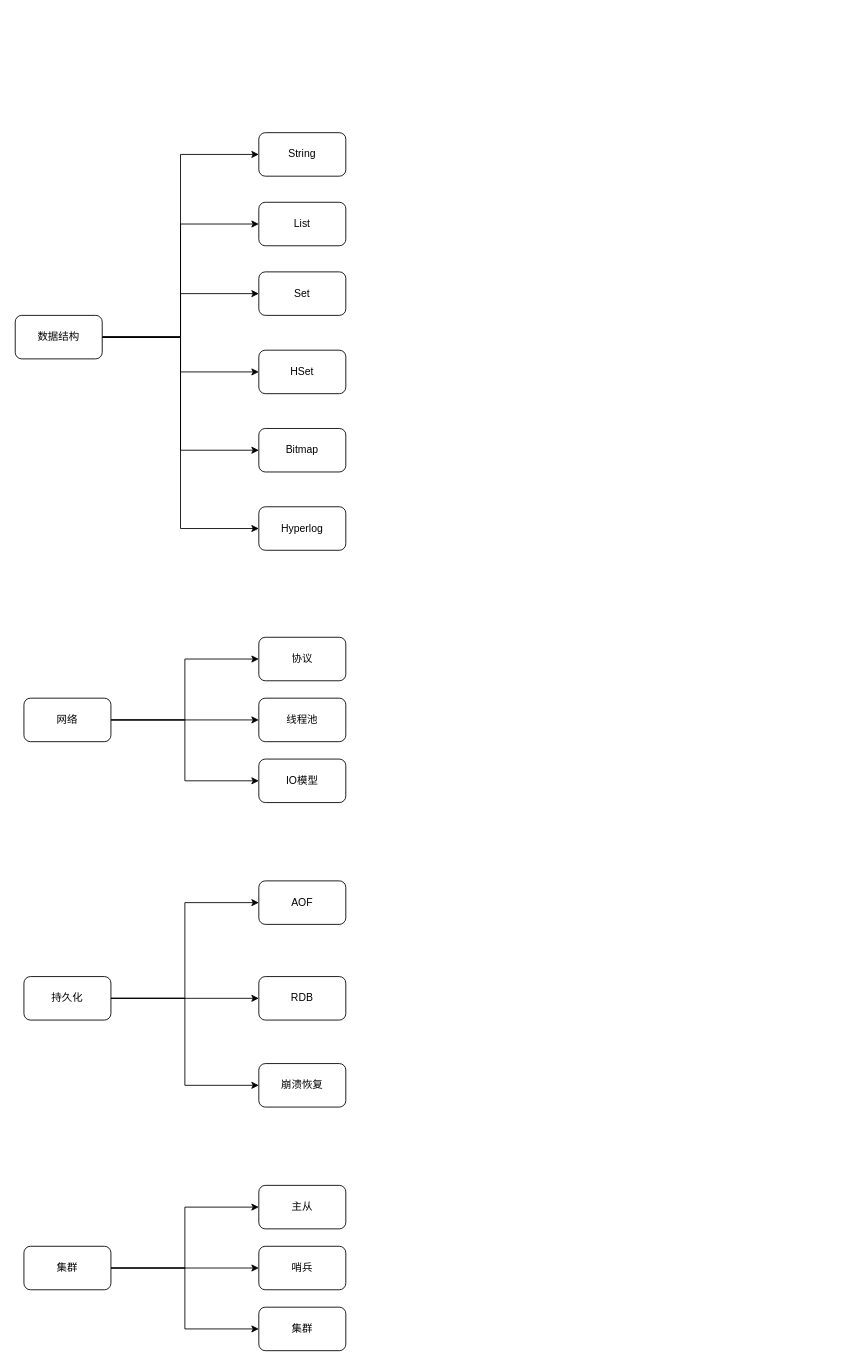
Before: page "redis" (4 of 7) of blog.drawio in lovercode/drawio, a draw.io diagram. Source tidied: cells renumbered, new cells numbered last; positions are measured from the earlier drawing's top-left corner, leaving out a move shared by most shapes. Both pictures are drawn from the tidied source at 87%, with x=0, y=0 at pixel (15, 132).
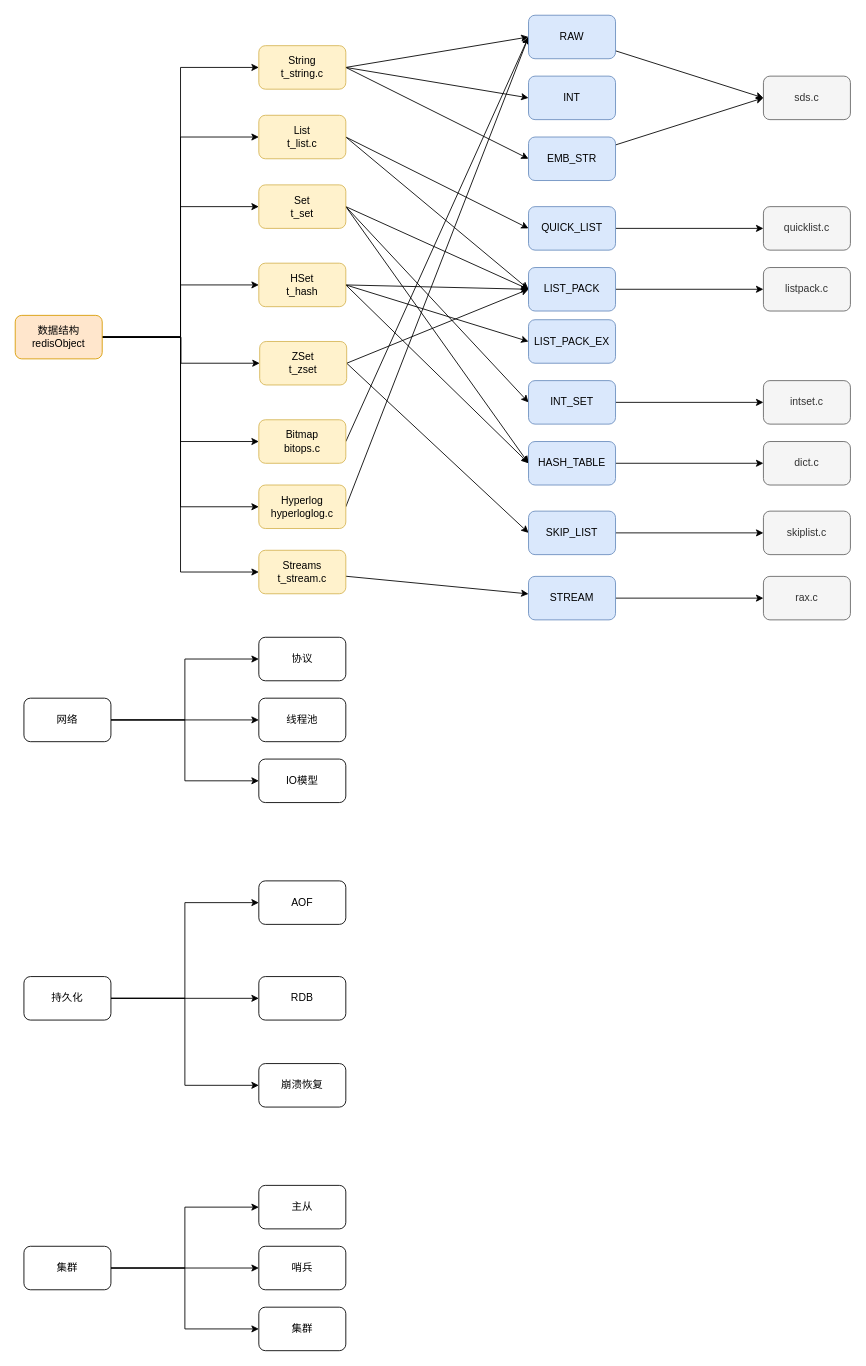
After the change.

Change to the diagram source:
```diff
@@
-    <mxCell id="5" style="edgeStyle=orthogonalEdgeStyle;rounded=0;jettySize=auto;html=1;" parent="1" edge="1" source="8" target="12">
-      <mxGeometry relative="1" as="geometry" />
-    </mxCell>
@@
+    <mxCell id="36" style="edgeStyle=orthogonalEdgeStyle;rounded=0;jettySize=auto;html=1;entryX=0;entryY=0.5;entryDx=0;entryDy=0;" parent="1" edge="1" source="8" target="53">
+      <mxGeometry relative="1" as="geometry" />
+    </mxCell>
+    <mxCell id="37" style="edgeStyle=orthogonalEdgeStyle;rounded=0;jettySize=auto;html=1;entryX=0;entryY=0.5;entryDx=0;entryDy=0;" parent="1" edge="1" source="8" target="55">
+      <mxGeometry relative="1" as="geometry" />
+    </mxCell>
+    <mxCell id="5" style="edgeStyle=orthogonalEdgeStyle;rounded=0;jettySize=auto;html=1;entryX=0;entryY=0.5;entryDx=0;entryDy=0;" parent="1" edge="1" source="8" target="12">
+      <mxGeometry relative="1" as="geometry" />
+    </mxCell>
-    <mxCell id="8" value="数据结构" style="rounded=1;whiteSpace=wrap;html=1;" parent="1" vertex="1">
+    <mxCell id="8" value="数据结构&lt;div&gt;redisObject&lt;/div&gt;" style="rounded=1;whiteSpace=wrap;html=1;fillColor=#ffe6cc;strokeColor=#d79b00;" parent="1" vertex="1">
       <mxGeometry y="210" width="100" height="50" as="geometry" />
     </mxCell>
+    <mxCell id="38" style="rounded=0;jettySize=auto;html=1;entryX=0;entryY=0.5;entryDx=0;entryDy=0;exitX=1;exitY=0.5;exitDx=0;exitDy=0;" parent="1" edge="1" source="9" target="57">
+      <mxGeometry relative="1" as="geometry" />
+    </mxCell>
+    <mxCell id="39" style="rounded=0;jettySize=auto;html=1;entryX=0;entryY=0.5;entryDx=0;entryDy=0;exitX=1;exitY=0.5;exitDx=0;exitDy=0;" parent="1" edge="1" source="9" target="58">
+      <mxGeometry relative="1" as="geometry" />
+    </mxCell>
+    <mxCell id="40" style="rounded=0;jettySize=auto;html=1;entryX=0;entryY=0.5;entryDx=0;entryDy=0;exitX=1;exitY=0.5;exitDx=0;exitDy=0;" parent="1" edge="1" source="9" target="60">
+      <mxGeometry relative="1" as="geometry" />
+    </mxCell>
-    <mxCell id="9" value="String" style="rounded=1;whiteSpace=wrap;html=1;" parent="1" vertex="1">
-      <mxGeometry x="280" width="100" height="50" as="geometry" />
+    <mxCell id="9" value="String&lt;div&gt;t_string.c&lt;/div&gt;" style="rounded=1;whiteSpace=wrap;html=1;fillColor=#fff2cc;strokeColor=#d6b656;" parent="1" vertex="1">
+      <mxGeometry x="280" y="-100" width="100" height="50" as="geometry" />
     </mxCell>
+    <mxCell id="41" style="rounded=0;jettySize=auto;html=1;entryX=0;entryY=0.5;entryDx=0;entryDy=0;exitX=1;exitY=0.5;exitDx=0;exitDy=0;" parent="1" edge="1" source="10" target="62">
+      <mxGeometry relative="1" as="geometry" />
+    </mxCell>
+    <mxCell id="42" style="rounded=0;jettySize=auto;html=1;entryX=0;entryY=0.5;entryDx=0;entryDy=0;exitX=1;exitY=0.5;exitDx=0;exitDy=0;" parent="1" edge="1" source="10" target="64">
+      <mxGeometry relative="1" as="geometry" />
+    </mxCell>
-    <mxCell id="10" value="List" style="rounded=1;whiteSpace=wrap;html=1;" parent="1" vertex="1">
-      <mxGeometry x="280" y="80" width="100" height="50" as="geometry" />
+    <mxCell id="10" value="List&lt;div&gt;t_list.c&lt;/div&gt;" style="rounded=1;whiteSpace=wrap;html=1;fillColor=#fff2cc;strokeColor=#d6b656;" parent="1" vertex="1">
+      <mxGeometry x="280" y="-20" width="100" height="50" as="geometry" />
     </mxCell>
+    <mxCell id="43" style="rounded=0;jettySize=auto;html=1;exitX=1;exitY=0.5;exitDx=0;exitDy=0;entryX=0;entryY=0.5;entryDx=0;entryDy=0;" parent="1" edge="1" source="11" target="66">
+      <mxGeometry relative="1" as="geometry" />
+    </mxCell>
+    <mxCell id="44" style="rounded=0;jettySize=auto;html=1;entryX=0;entryY=0.5;entryDx=0;entryDy=0;exitX=1;exitY=0.5;exitDx=0;exitDy=0;" parent="1" edge="1" source="11" target="68">
+      <mxGeometry relative="1" as="geometry" />
+    </mxCell>
+    <mxCell id="45" style="rounded=0;jettySize=auto;html=1;entryX=0;entryY=0.5;entryDx=0;entryDy=0;exitX=1;exitY=0.5;exitDx=0;exitDy=0;" parent="1" edge="1" source="11" target="64">
+      <mxGeometry relative="1" as="geometry" />
+    </mxCell>
-    <mxCell id="11" value="Set" style="rounded=1;whiteSpace=wrap;html=1;" parent="1" vertex="1">
-      <mxGeometry x="280" y="160" width="100" height="50" as="geometry" />
+    <mxCell id="11" value="Set&lt;div&gt;t_set&lt;/div&gt;" style="rounded=1;whiteSpace=wrap;html=1;fillColor=#fff2cc;strokeColor=#d6b656;" parent="1" vertex="1">
+      <mxGeometry x="280" y="60" width="100" height="50" as="geometry" />
     </mxCell>
+    <mxCell id="46" style="rounded=0;jettySize=auto;html=1;exitX=1;exitY=0.5;exitDx=0;exitDy=0;entryX=0;entryY=0.5;entryDx=0;entryDy=0;" parent="1" edge="1" source="12" target="64">
+      <mxGeometry relative="1" as="geometry" />
+    </mxCell>
+    <mxCell id="47" style="rounded=0;jettySize=auto;html=1;entryX=0;entryY=0.5;entryDx=0;entryDy=0;exitX=1;exitY=0.5;exitDx=0;exitDy=0;" parent="1" edge="1" source="12" target="69">
+      <mxGeometry relative="1" as="geometry" />
+    </mxCell>
+    <mxCell id="48" style="rounded=0;jettySize=auto;html=1;entryX=0;entryY=0.5;entryDx=0;entryDy=0;exitX=1;exitY=0.5;exitDx=0;exitDy=0;" parent="1" edge="1" source="12" target="68">
+      <mxGeometry relative="1" as="geometry" />
+    </mxCell>
-    <mxCell id="12" value="HSet" style="rounded=1;whiteSpace=wrap;html=1;" parent="1" vertex="1">
-      <mxGeometry x="280" y="250" width="100" height="50" as="geometry" />
+    <mxCell id="12" value="HSet&lt;div&gt;t_hash&lt;/div&gt;" style="rounded=1;whiteSpace=wrap;html=1;fillColor=#fff2cc;strokeColor=#d6b656;" parent="1" vertex="1">
+      <mxGeometry x="280" y="150" width="100" height="50" as="geometry" />
     </mxCell>
+    <mxCell id="49" style="rounded=0;jettySize=auto;html=1;entryX=0;entryY=0.5;entryDx=0;entryDy=0;exitX=1;exitY=0.5;exitDx=0;exitDy=0;" parent="1" edge="1" source="13" target="71">
+      <mxGeometry relative="1" as="geometry" />
+    </mxCell>
+    <mxCell id="50" style="rounded=0;jettySize=auto;html=1;entryX=0;entryY=0.5;entryDx=0;entryDy=0;exitX=1;exitY=0.5;exitDx=0;exitDy=0;" parent="1" edge="1" source="13" target="64">
+      <mxGeometry relative="1" as="geometry" />
+    </mxCell>
-    <mxCell id="13" value="Bitmap" style="rounded=1;whiteSpace=wrap;html=1;" parent="1" vertex="1">
-      <mxGeometry x="280" y="340" width="100" height="50" as="geometry" />
+    <mxCell id="13" value="ZSet&lt;div&gt;t_zset&lt;/div&gt;" style="rounded=1;whiteSpace=wrap;html=1;fillColor=#fff2cc;strokeColor=#d6b656;" parent="1" vertex="1">
+      <mxGeometry x="281" y="240" width="100" height="50" as="geometry" />
     </mxCell>
+    <mxCell id="51" style="rounded=0;jettySize=auto;html=1;entryX=0;entryY=0.5;entryDx=0;entryDy=0;exitX=1;exitY=0.5;exitDx=0;exitDy=0;" parent="1" edge="1" source="14" target="57">
+      <mxGeometry relative="1" as="geometry" />
+    </mxCell>
-    <mxCell id="14" value="Hyperlog" style="rounded=1;whiteSpace=wrap;html=1;" parent="1" vertex="1">
-      <mxGeometry x="280" y="430" width="100" height="50" as="geometry" />
+    <mxCell id="14" value="Bitmap&lt;div&gt;bitops.c&lt;/div&gt;" style="rounded=1;whiteSpace=wrap;html=1;fillColor=#fff2cc;strokeColor=#d6b656;" parent="1" vertex="1">
+      <mxGeometry x="280" y="330" width="100" height="50" as="geometry" />
     </mxCell>
@@
+    <mxCell id="52" style="rounded=0;jettySize=auto;html=1;entryX=0;entryY=0.5;entryDx=0;entryDy=0;exitX=1;exitY=0.5;exitDx=0;exitDy=0;" parent="1" edge="1" source="53" target="57">
+      <mxGeometry relative="1" as="geometry" />
+    </mxCell>
+    <mxCell id="53" value="Hyperlog&lt;div&gt;hyperloglog.c&lt;/div&gt;" style="rounded=1;whiteSpace=wrap;html=1;fillColor=#fff2cc;strokeColor=#d6b656;" parent="1" vertex="1">
+      <mxGeometry x="280" y="405" width="100" height="50" as="geometry" />
+    </mxCell>
+    <mxCell id="54" style="rounded=0;jettySize=auto;html=1;" parent="1" edge="1" source="55" target="73">
+      <mxGeometry relative="1" as="geometry" />
+    </mxCell>
+    <mxCell id="55" value="Streams&lt;div&gt;t_stream.c&lt;/div&gt;" style="rounded=1;whiteSpace=wrap;html=1;fillColor=#fff2cc;strokeColor=#d6b656;" parent="1" vertex="1">
+      <mxGeometry x="280" y="480" width="100" height="50" as="geometry" />
+    </mxCell>
+    <mxCell id="56" style="rounded=0;jettySize=auto;html=1;entryX=0;entryY=0.5;entryDx=0;entryDy=0;" parent="1" edge="1" source="57" target="74">
+      <mxGeometry relative="1" as="geometry" />
+    </mxCell>
+    <mxCell id="57" value="RAW" style="rounded=1;whiteSpace=wrap;html=1;fillColor=#dae8fc;strokeColor=#6c8ebf;" parent="1" vertex="1">
+      <mxGeometry x="590" y="-135" width="100" height="50" as="geometry" />
+    </mxCell>
+    <mxCell id="58" value="INT" style="rounded=1;whiteSpace=wrap;html=1;fillColor=#dae8fc;strokeColor=#6c8ebf;" parent="1" vertex="1">
+      <mxGeometry x="590" y="-65" width="100" height="50" as="geometry" />
+    </mxCell>
+    <mxCell id="59" style="rounded=0;jettySize=auto;html=1;entryX=0;entryY=0.5;entryDx=0;entryDy=0;" parent="1" edge="1" source="60" target="74">
+      <mxGeometry relative="1" as="geometry" />
+    </mxCell>
+    <mxCell id="60" value="EMB_STR" style="rounded=1;whiteSpace=wrap;html=1;fillColor=#dae8fc;strokeColor=#6c8ebf;" parent="1" vertex="1">
+      <mxGeometry x="590" y="5" width="100" height="50" as="geometry" />
+    </mxCell>
+    <mxCell id="61" style="edgeStyle=orthogonalEdgeStyle;rounded=0;jettySize=auto;html=1;" parent="1" edge="1" source="62" target="75">
+      <mxGeometry relative="1" as="geometry" />
+    </mxCell>
+    <mxCell id="62" value="QUICK_LIST" style="rounded=1;whiteSpace=wrap;html=1;fillColor=#dae8fc;strokeColor=#6c8ebf;" parent="1" vertex="1">
+      <mxGeometry x="590" y="85" width="100" height="50" as="geometry" />
+    </mxCell>
+    <mxCell id="63" style="edgeStyle=orthogonalEdgeStyle;rounded=0;jettySize=auto;html=1;" parent="1" edge="1" source="64" target="76">
+      <mxGeometry relative="1" as="geometry" />
+    </mxCell>
+    <mxCell id="64" value="LIST_PACK" style="rounded=1;whiteSpace=wrap;html=1;fillColor=#dae8fc;strokeColor=#6c8ebf;" parent="1" vertex="1">
+      <mxGeometry x="590" y="155" width="100" height="50" as="geometry" />
+    </mxCell>
+    <mxCell id="65" style="edgeStyle=orthogonalEdgeStyle;rounded=0;jettySize=auto;html=1;" parent="1" edge="1" source="66" target="77">
+      <mxGeometry relative="1" as="geometry" />
+    </mxCell>
+    <mxCell id="66" value="INT_SET" style="rounded=1;whiteSpace=wrap;html=1;fillColor=#dae8fc;strokeColor=#6c8ebf;" parent="1" vertex="1">
+      <mxGeometry x="590" y="285" width="100" height="50" as="geometry" />
+    </mxCell>
+    <mxCell id="67" style="edgeStyle=orthogonalEdgeStyle;rounded=0;jettySize=auto;html=1;" parent="1" edge="1" source="68" target="78">
+      <mxGeometry relative="1" as="geometry" />
+    </mxCell>
+    <mxCell id="68" value="HASH_TABLE" style="rounded=1;whiteSpace=wrap;html=1;fillColor=#dae8fc;strokeColor=#6c8ebf;" parent="1" vertex="1">
+      <mxGeometry x="590" y="355" width="100" height="50" as="geometry" />
+    </mxCell>
+    <mxCell id="69" value="LIST_PACK_EX" style="rounded=1;whiteSpace=wrap;html=1;fillColor=#dae8fc;strokeColor=#6c8ebf;" parent="1" vertex="1">
+      <mxGeometry x="590" y="215" width="100" height="50" as="geometry" />
+    </mxCell>
+    <mxCell id="70" style="edgeStyle=orthogonalEdgeStyle;rounded=0;jettySize=auto;html=1;entryX=0;entryY=0.5;entryDx=0;entryDy=0;" parent="1" edge="1" source="71" target="79">
+      <mxGeometry relative="1" as="geometry" />
+    </mxCell>
+    <mxCell id="71" value="SKIP_LIST" style="rounded=1;whiteSpace=wrap;html=1;fillColor=#dae8fc;strokeColor=#6c8ebf;" parent="1" vertex="1">
+      <mxGeometry x="590" y="435" width="100" height="50" as="geometry" />
+    </mxCell>
+    <mxCell id="72" style="edgeStyle=orthogonalEdgeStyle;rounded=0;jettySize=auto;html=1;" parent="1" edge="1" source="73" target="80">
+      <mxGeometry relative="1" as="geometry" />
+    </mxCell>
+    <mxCell id="73" value="STREAM" style="rounded=1;whiteSpace=wrap;html=1;fillColor=#dae8fc;strokeColor=#6c8ebf;" parent="1" vertex="1">
+      <mxGeometry x="590" y="510" width="100" height="50" as="geometry" />
+    </mxCell>
+    <mxCell id="74" value="sds.c" style="rounded=1;whiteSpace=wrap;html=1;fillColor=#f5f5f5;fontColor=#333333;strokeColor=#666666;" parent="1" vertex="1">
+      <mxGeometry x="860" y="-65" width="100" height="50" as="geometry" />
+    </mxCell>
+    <mxCell id="75" value="quicklist.c" style="rounded=1;whiteSpace=wrap;html=1;fillColor=#f5f5f5;fontColor=#333333;strokeColor=#666666;" parent="1" vertex="1">
+      <mxGeometry x="860" y="85" width="100" height="50" as="geometry" />
+    </mxCell>
+    <mxCell id="76" value="listpack.c" style="rounded=1;whiteSpace=wrap;html=1;fillColor=#f5f5f5;fontColor=#333333;strokeColor=#666666;" parent="1" vertex="1">
+      <mxGeometry x="860" y="155" width="100" height="50" as="geometry" />
+    </mxCell>
+    <mxCell id="77" value="intset.c" style="rounded=1;whiteSpace=wrap;html=1;fillColor=#f5f5f5;fontColor=#333333;strokeColor=#666666;" parent="1" vertex="1">
+      <mxGeometry x="860" y="285" width="100" height="50" as="geometry" />
+    </mxCell>
+    <mxCell id="78" value="dict.c" style="rounded=1;whiteSpace=wrap;html=1;fillColor=#f5f5f5;fontColor=#333333;strokeColor=#666666;" parent="1" vertex="1">
+      <mxGeometry x="860" y="355" width="100" height="50" as="geometry" />
+    </mxCell>
+    <mxCell id="79" value="skiplist.c" style="rounded=1;whiteSpace=wrap;html=1;fillColor=#f5f5f5;fontColor=#333333;strokeColor=#666666;" parent="1" vertex="1">
+      <mxGeometry x="860" y="435" width="100" height="50" as="geometry" />
+    </mxCell>
+    <mxCell id="80" value="rax.c" style="rounded=1;whiteSpace=wrap;html=1;fillColor=#f5f5f5;fontColor=#333333;strokeColor=#666666;" parent="1" vertex="1">
+      <mxGeometry x="860" y="510" width="100" height="50" as="geometry" />
+    </mxCell>
```
